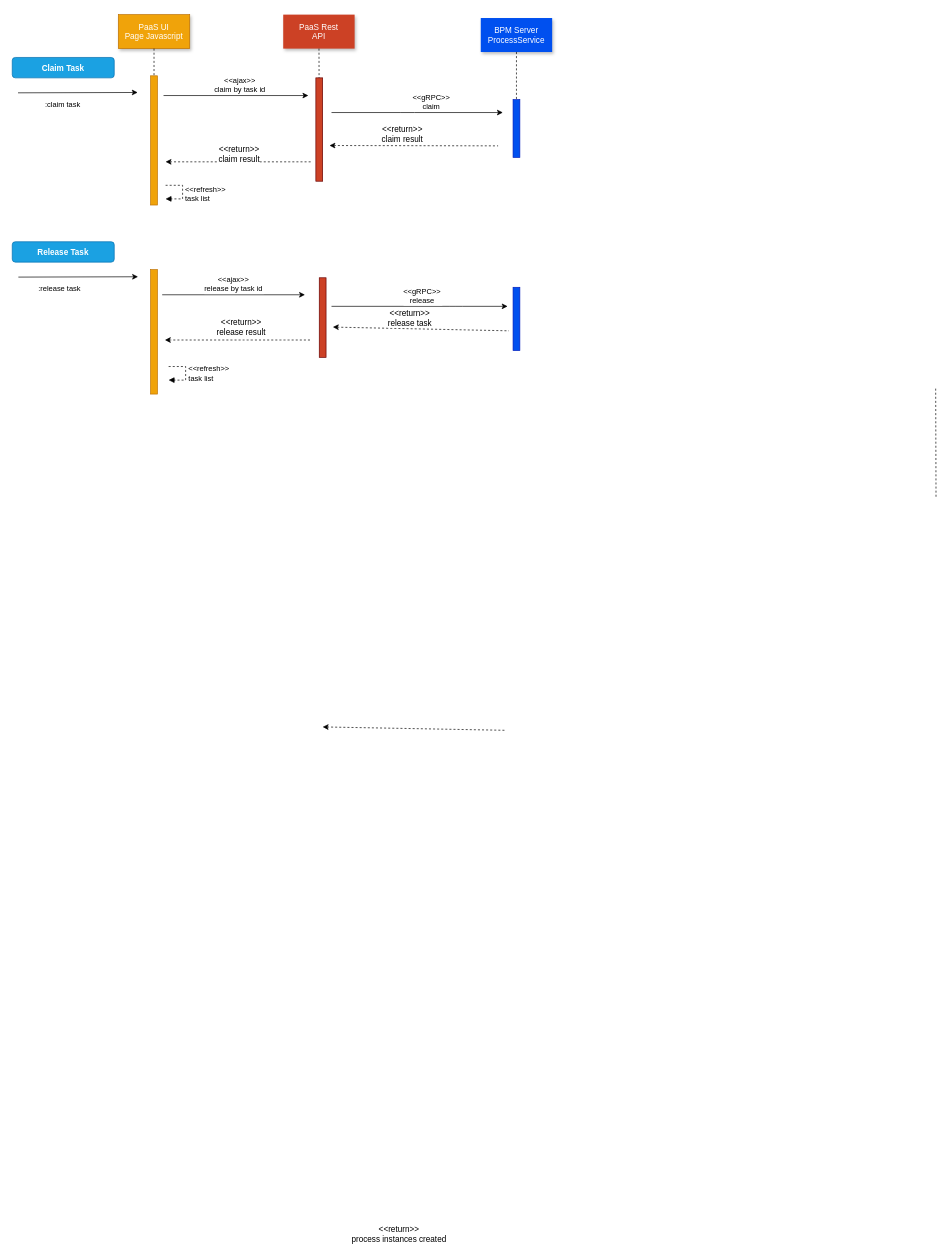
Earlier version of the draw.io diagram code/Seq_task_operation.drawio (meadlai/java8). Source tidied: cells renumbered, new cells numbered last; positions are measured from the earlier drawing's top-left corner, leaving out a move shared by most shapes. Both pictures are drawn from the tidied source at 68%, with x=0, y=0 at pixel (12, 14).
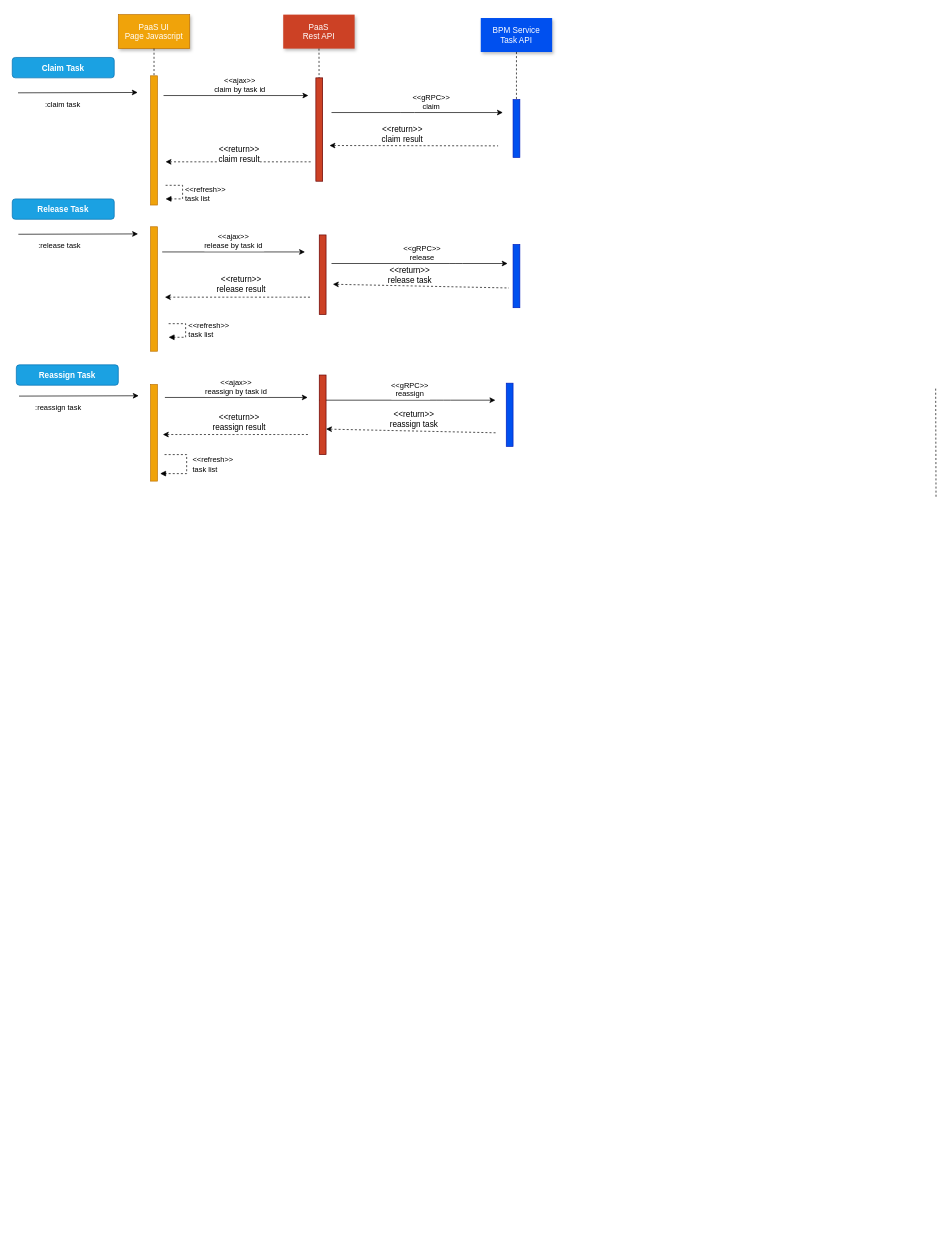
After the change.

Change to the diagram source:
```diff
@@
-    <mxCell id="6" value="PaaS Rest&#10;API" style="shadow=1;fillColor=#CC4125;strokeColor=none;fontColor=#FFFFFF;" parent="1" vertex="1">
+    <mxCell id="6" value="PaaS &#10;Rest API" style="shadow=1;fillColor=#CC4125;strokeColor=none;fontColor=#FFFFFF;" parent="1" vertex="1">
       <mxGeometry x="399" width="105" height="50" as="geometry" />
     </mxCell>
@@
-    <mxCell id="12" value="BPM Server&#10;ProcessService" style="shadow=1;fillColor=#0050EF;strokeColor=none;fontColor=#FFFFFF;" parent="1" vertex="1">
+    <mxCell id="12" value="BPM Service&#10;Task API" style="shadow=1;fillColor=#0050EF;strokeColor=none;fontColor=#FFFFFF;" parent="1" vertex="1">
       <mxGeometry x="689.5" y="5" width="105" height="50" as="geometry" />
     </mxCell>
@@
     <mxCell id="18" style="html=1;perimeter=orthogonalPerimeter;fillColor=#0050ef;strokeColor=#001DBC;fontColor=#ffffff;" parent="1" vertex="1">
-      <mxGeometry x="737" y="401" width="10" height="93" as="geometry" />
+      <mxGeometry x="737" y="338" width="10" height="93" as="geometry" />
     </mxCell>
     <mxCell id="19" style="fillColor=#f0a30a;strokeColor=#BD7000;fontColor=#ffffff;" parent="1" vertex="1">
-      <mxGeometry x="204" y="375" width="10" height="183" as="geometry" />
+      <mxGeometry x="204" y="312" width="10" height="183" as="geometry" />
     </mxCell>
@@
     <mxCell id="21" value="&lt;&lt;ajax&gt;&gt;&#10;release by task id" style="edgeStyle=none;verticalLabelPosition=top;verticalAlign=bottom;" parent="1" edge="1">
-      <mxGeometry x="215" y="382" as="geometry">
-        <mxPoint x="221" y="412" as="sourcePoint" />
-        <mxPoint x="431" y="412" as="targetPoint" />
+      <mxGeometry x="215" y="319" as="geometry">
+        <mxPoint x="221" y="349" as="sourcePoint" />
+        <mxPoint x="431" y="349" as="targetPoint" />
       </mxGeometry>
     </mxCell>
     <mxCell id="22" value="&lt;&lt;gRPC&gt;&gt;&#10;release" style="edgeStyle=elbowEdgeStyle;elbow=vertical;verticalLabelPosition=top;verticalAlign=bottom;" parent="1" edge="1">
-      <mxGeometry as="geometry">
-        <mxPoint x="470" y="429" as="sourcePoint" />
-        <mxPoint x="729" y="429" as="targetPoint" />
+      <mxGeometry y="-63" as="geometry">
+        <mxPoint x="470" y="366" as="sourcePoint" />
+        <mxPoint x="729" y="366" as="targetPoint" />
         <Array as="points">
-          <mxPoint x="653" y="429" />
-          <mxPoint x="598" y="400" />
+          <mxPoint x="653" y="366" />
+          <mxPoint x="598" y="337" />
         </Array>
         <mxPoint x="4" as="offset" />
       </mxGeometry>
     </mxCell>
-    <mxCell id="23" style="edgeStyle=none;verticalLabelPosition=top;verticalAlign=bottom;labelPosition=left;align=right;endArrow=none;startArrow=classic;dashed=1;" parent="1" edge="1">
-      <mxGeometry x="104" y="929.3" as="geometry">
-        <mxPoint x="457" y="1047.5" as="sourcePoint" />
-        <mxPoint x="727" y="1052.5" as="targetPoint" />
-      </mxGeometry>
-    </mxCell>
-    <mxCell id="24" value="&amp;lt;&amp;lt;return&amp;gt;&amp;gt;&lt;br&gt;process instances created" style="text;html=1;align=center;verticalAlign=middle;labelBackgroundColor=#ffffff;" parent="23" vertex="1">
-      <mxGeometry relative="1" as="geometry">
-        <mxPoint x="-23" y="744" as="offset" />
-      </mxGeometry>
-    </mxCell>
     <mxCell id="25" style="fillColor=#CC4125;strokeColor=#660000;" parent="1" vertex="1">
-      <mxGeometry x="452" y="387" width="10" height="117" as="geometry" />
+      <mxGeometry x="452" y="324" width="10" height="117" as="geometry" />
     </mxCell>
     <mxCell id="26" style="edgeStyle=none;verticalLabelPosition=top;verticalAlign=bottom;labelPosition=left;align=right;endArrow=none;startArrow=classic;dashed=1;" parent="1" edge="1">
-      <mxGeometry x="119" y="341.3" as="geometry">
-        <mxPoint x="472" y="459.5" as="sourcePoint" />
-        <mxPoint x="731" y="465" as="targetPoint" />
+      <mxGeometry x="119" y="278.3" as="geometry">
+        <mxPoint x="472" y="396.5" as="sourcePoint" />
+        <mxPoint x="731" y="402" as="targetPoint" />
       </mxGeometry>
     </mxCell>
@@
     <mxCell id="29" style="edgeStyle=none;verticalLabelPosition=top;verticalAlign=bottom;labelPosition=left;align=right;endArrow=none;startArrow=classic;dashed=1;" parent="1" edge="1">
-      <mxGeometry x="121" y="352.3" as="geometry">
-        <mxPoint x="225" y="478.5" as="sourcePoint" />
-        <mxPoint x="441" y="478.5" as="targetPoint" />
+      <mxGeometry x="121" y="289.3" as="geometry">
+        <mxPoint x="225" y="415.5" as="sourcePoint" />
+        <mxPoint x="441" y="415.5" as="targetPoint" />
         <Array as="points">
-          <mxPoint x="325" y="478.5" />
-          <mxPoint x="345" y="478.5" />
-          <mxPoint x="400" y="478.5" />
+          <mxPoint x="325" y="415.5" />
+          <mxPoint x="345" y="415.5" />
+          <mxPoint x="400" y="415.5" />
         </Array>
       </mxGeometry>
     </mxCell>
@@
     <mxCell id="31" value=":release task" style="edgeStyle=none;verticalLabelPosition=top;verticalAlign=bottom;labelPosition=left;align=right;" parent="1" edge="1">
-      <mxGeometry x="0.5" y="271" as="geometry">
-        <mxPoint x="9.5" y="386" as="sourcePoint" />
-        <mxPoint x="185.5" y="385.5" as="targetPoint" />
+      <mxGeometry x="0.5" y="208" as="geometry">
+        <mxPoint x="9.5" y="323" as="sourcePoint" />
+        <mxPoint x="185.5" y="322.5" as="targetPoint" />
         <mxPoint x="6" y="26" as="offset" />
       </mxGeometry>
     </mxCell>
     <mxCell id="32" value="Release Task" style="rounded=1;fontStyle=1;fillColor=#1ba1e2;strokeColor=#006EAF;fontColor=#ffffff;" parent="1" vertex="1">
-      <mxGeometry x="0.5" y="334" width="150" height="30" as="geometry" />
+      <mxGeometry x="0.5" y="271" width="150" height="30" as="geometry" />
     </mxCell>
@@
     <mxCell id="35" value="&amp;lt;&amp;lt;refresh&amp;gt;&amp;gt;&lt;br&gt;task list" style="edgeStyle=orthogonalEdgeStyle;html=1;align=left;spacingLeft=2;endArrow=block;rounded=0;dashed=1;" parent="1" edge="1">
-      <mxGeometry relative="1" as="geometry">
-        <mxPoint x="230.5" y="517.5" as="sourcePoint" />
-        <mxPoint x="230.5" y="537.5" as="targetPoint" />
+      <mxGeometry x="-0.03" relative="1" as="geometry">
+        <mxPoint x="230.5" y="454.5" as="sourcePoint" />
+        <mxPoint x="230.5" y="474.5" as="targetPoint" />
         <Array as="points">
-          <mxPoint x="255.5" y="517.5" />
+          <mxPoint x="255.5" y="454.5" />
         </Array>
       </mxGeometry>
     </mxCell>
+    <mxCell id="36" style="html=1;perimeter=orthogonalPerimeter;fillColor=#0050ef;strokeColor=#001DBC;fontColor=#ffffff;" parent="1" vertex="1">
+      <mxGeometry x="727" y="542" width="10" height="93" as="geometry" />
+    </mxCell>
+    <mxCell id="37" style="fillColor=#f0a30a;strokeColor=#BD7000;fontColor=#ffffff;" parent="1" vertex="1">
+      <mxGeometry x="204" y="544" width="10" height="142" as="geometry" />
+    </mxCell>
+    <mxCell id="38" value="&lt;&lt;ajax&gt;&gt;&#10;reassign by task id" style="edgeStyle=none;verticalLabelPosition=top;verticalAlign=bottom;" parent="1" edge="1">
+      <mxGeometry x="219" y="533" as="geometry">
+        <mxPoint x="225" y="563" as="sourcePoint" />
+        <mxPoint x="435" y="563" as="targetPoint" />
+      </mxGeometry>
+    </mxCell>
+    <mxCell id="39" value="&lt;&lt;gRPC&gt;&gt;&#10;reassign" style="edgeStyle=elbowEdgeStyle;elbow=vertical;verticalLabelPosition=top;verticalAlign=bottom;" parent="1" edge="1">
+      <mxGeometry x="-18" y="138" as="geometry">
+        <mxPoint x="452" y="567" as="sourcePoint" />
+        <mxPoint x="711" y="567" as="targetPoint" />
+        <Array as="points">
+          <mxPoint x="635" y="567" />
+          <mxPoint x="580" y="538" />
+        </Array>
+        <mxPoint x="4" as="offset" />
+      </mxGeometry>
+    </mxCell>
+    <mxCell id="40" style="fillColor=#CC4125;strokeColor=#660000;" parent="1" vertex="1">
+      <mxGeometry x="452" y="530" width="10" height="117" as="geometry" />
+    </mxCell>
+    <mxCell id="41" style="edgeStyle=none;verticalLabelPosition=top;verticalAlign=bottom;labelPosition=left;align=right;endArrow=none;startArrow=classic;dashed=1;" parent="1" edge="1">
+      <mxGeometry x="109" y="491.3" as="geometry">
+        <mxPoint x="462" y="609.5" as="sourcePoint" />
+        <mxPoint x="713" y="615" as="targetPoint" />
+      </mxGeometry>
+    </mxCell>
+    <mxCell id="42" value="&amp;lt;&amp;lt;return&amp;gt;&amp;gt;&lt;br&gt;reassign task" style="text;html=1;align=center;verticalAlign=middle;labelBackgroundColor=#ffffff;" parent="41" vertex="1">
+      <mxGeometry relative="1" as="geometry">
+        <mxPoint x="3" y="-18" as="offset" />
+      </mxGeometry>
+    </mxCell>
+    <mxCell id="43" style="edgeStyle=none;verticalLabelPosition=top;verticalAlign=bottom;labelPosition=left;align=right;endArrow=none;startArrow=classic;dashed=1;" parent="1" edge="1">
+      <mxGeometry x="118" y="491.3" as="geometry">
+        <mxPoint x="222" y="617.5" as="sourcePoint" />
+        <mxPoint x="438" y="617.5" as="targetPoint" />
+        <Array as="points">
+          <mxPoint x="322" y="617.5" />
+          <mxPoint x="342" y="617.5" />
+          <mxPoint x="397" y="617.5" />
+        </Array>
+      </mxGeometry>
+    </mxCell>
+    <mxCell id="44" value="&amp;lt;&amp;lt;return&amp;gt;&amp;gt;&lt;br&gt;reassign result" style="text;html=1;align=center;verticalAlign=middle;labelBackgroundColor=#ffffff;" parent="43" vertex="1">
+      <mxGeometry relative="1" as="geometry">
+        <mxPoint x="3.5" y="-19.5" as="offset" />
+      </mxGeometry>
+    </mxCell>
+    <mxCell id="45" value=":reassign task" style="edgeStyle=none;verticalLabelPosition=top;verticalAlign=bottom;labelPosition=left;align=right;" parent="1" edge="1">
+      <mxGeometry x="1.5" y="446" as="geometry">
+        <mxPoint x="10.5" y="561" as="sourcePoint" />
+        <mxPoint x="186.5" y="560.5" as="targetPoint" />
+        <mxPoint x="6" y="26" as="offset" />
+      </mxGeometry>
+    </mxCell>
+    <mxCell id="46" value="Reassign Task" style="rounded=1;fontStyle=1;fillColor=#1ba1e2;strokeColor=#006EAF;fontColor=#ffffff;" parent="1" vertex="1">
+      <mxGeometry x="6.5" y="515" width="150" height="30" as="geometry" />
+    </mxCell>
+    <mxCell id="47" value="&amp;lt;&amp;lt;refresh&amp;gt;&amp;gt;&lt;br&gt;task list" style="edgeStyle=orthogonalEdgeStyle;html=1;align=left;spacingLeft=2;endArrow=block;rounded=0;dashed=1;" parent="1" edge="1">
+      <mxGeometry x="-0.05" y="5" relative="1" as="geometry">
+        <mxPoint x="224.5" y="647" as="sourcePoint" />
+        <mxPoint x="218" y="675" as="targetPoint" />
+        <Array as="points">
+          <mxPoint x="257" y="647" />
+          <mxPoint x="257" y="675" />
+          <mxPoint x="225" y="675" />
+        </Array>
+      </mxGeometry>
+    </mxCell>
```
